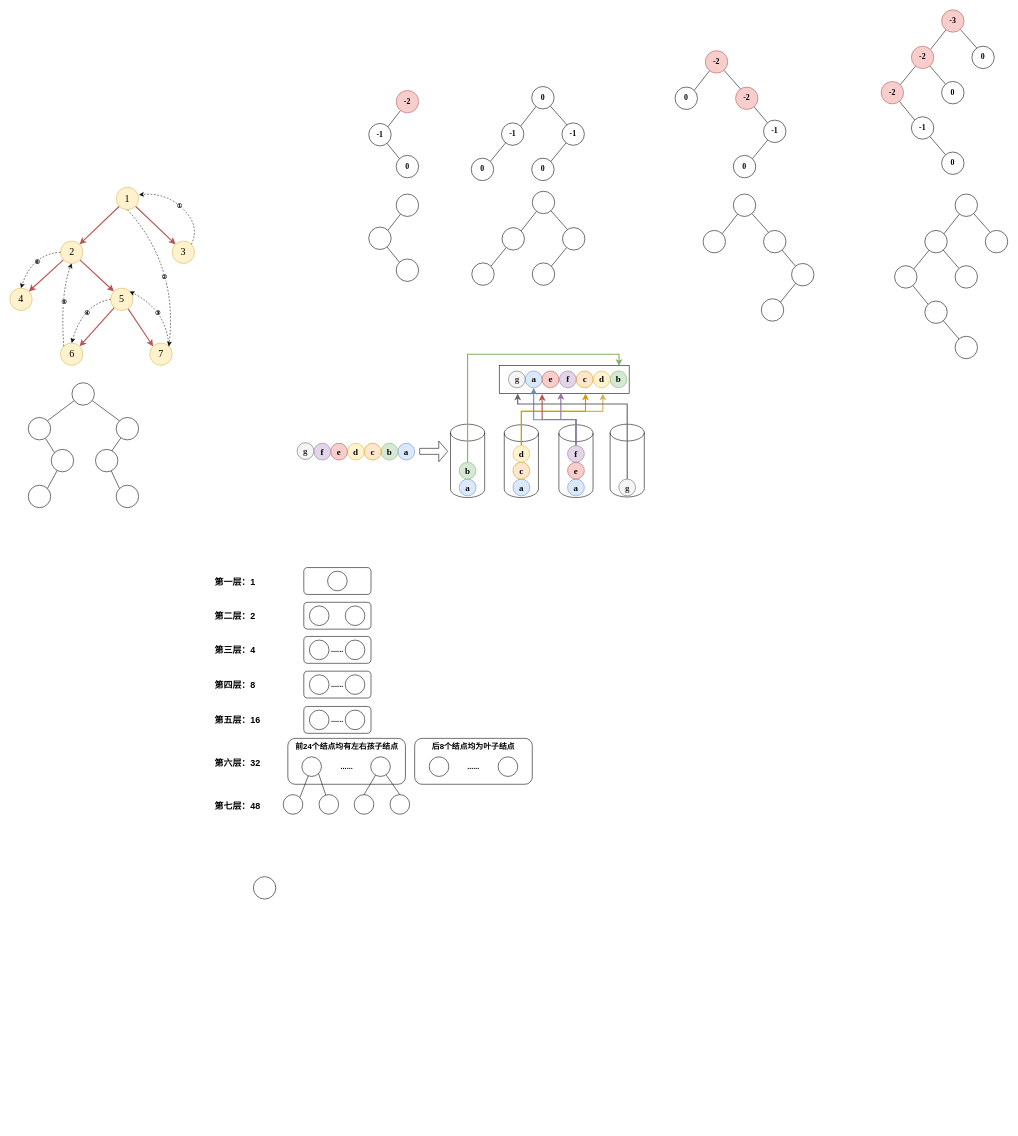
Above: 408真题.drawio in GPlaying/brain_map (draw.io), before the change. Source tidied: cells renumbered, new cells numbered last; positions are measured from the earlier drawing's top-left corner, leaving out a move shared by most shapes. Both pictures are drawn from the tidied source at 56%, with x=0, y=0 at pixel (10, 10).
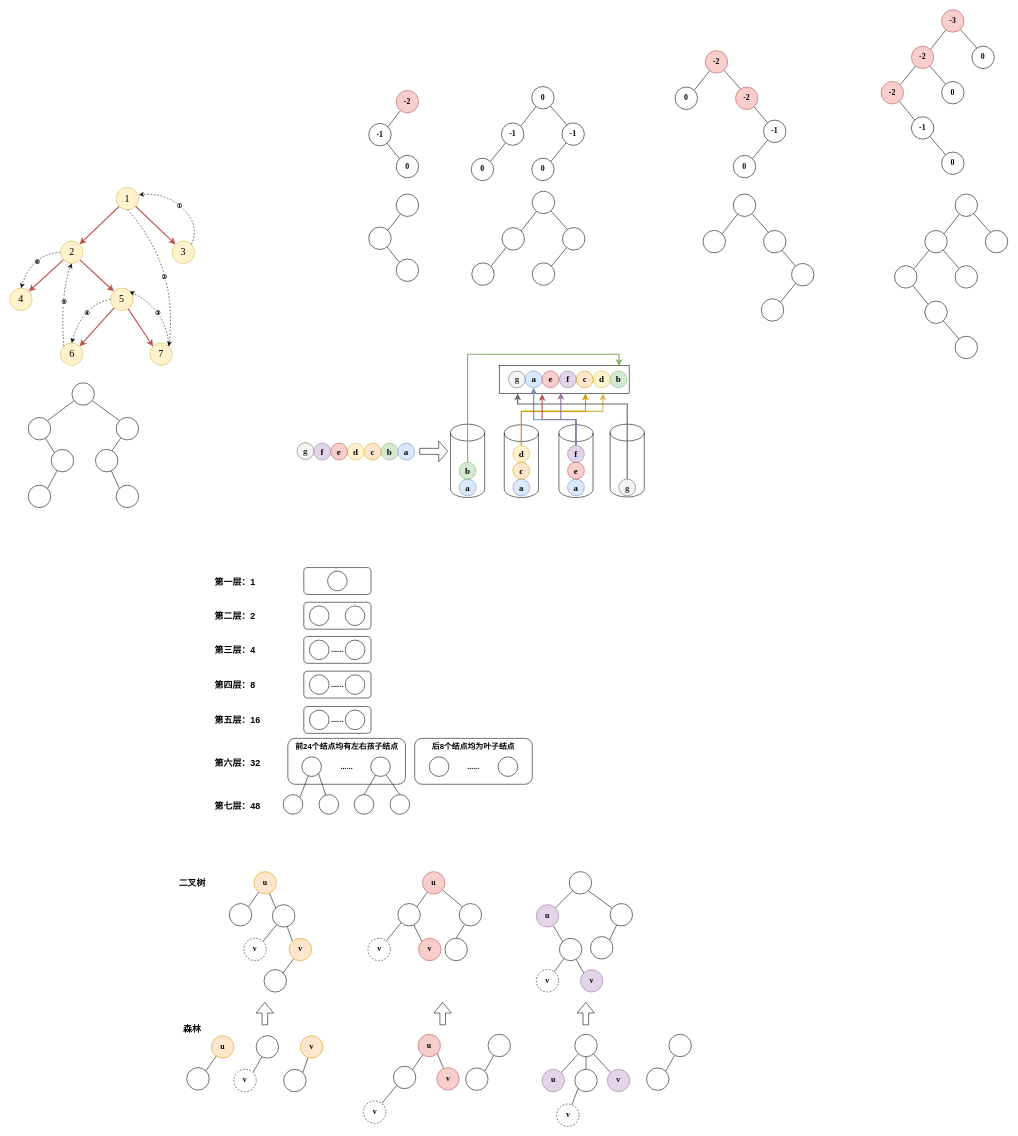
The same diagram, later.

What changed in the source:
```diff
@@
+    <mxCell id="189" style="edgeStyle=none;shape=connector;rounded=0;jettySize=auto;html=1;entryX=1;entryY=0;entryDx=0;entryDy=0;labelBackgroundColor=default;strokeColor=default;fontFamily=Times New Roman;fontSize=14;fontColor=default;endArrow=none;endFill=0;fontStyle=1;" parent="1" edge="1" source="188" target="191">
+      <mxGeometry relative="1" as="geometry" />
+    </mxCell>
+    <mxCell id="190" style="edgeStyle=none;shape=connector;rounded=0;jettySize=auto;html=1;entryX=0;entryY=0;entryDx=0;entryDy=0;labelBackgroundColor=default;strokeColor=default;fontFamily=Times New Roman;fontSize=14;fontColor=default;endArrow=none;endFill=0;fontStyle=1;" parent="1" edge="1" source="188" target="194">
+      <mxGeometry relative="1" as="geometry" />
+    </mxCell>
-    <mxCell id="188" style="ellipse;whiteSpace=wrap;html=1;fontFamily=Helvetica;fontSize=11;fontColor=default;" parent="1" vertex="1">
-      <mxGeometry x="435" y="1548" width="40" height="40" as="geometry" />
+    <mxCell id="188" value="u" style="ellipse;whiteSpace=wrap;html=1;fontFamily=Times New Roman;fontSize=14;fontStyle=1;fillColor=#ffe6cc;strokeColor=#d79b00;" parent="1" vertex="1">
+      <mxGeometry x="436" y="1539" width="40" height="40" as="geometry" />
     </mxCell>
+    <mxCell id="191" style="ellipse;whiteSpace=wrap;html=1;fontFamily=Times New Roman;fontSize=14;fontColor=default;fontStyle=1;" parent="1" vertex="1">
+      <mxGeometry x="392" y="1596" width="40" height="40" as="geometry" />
+    </mxCell>
+    <mxCell id="192" style="edgeStyle=none;shape=connector;rounded=0;jettySize=auto;html=1;entryX=0;entryY=0;entryDx=0;entryDy=0;labelBackgroundColor=default;strokeColor=default;fontFamily=Times New Roman;fontSize=14;fontColor=default;endArrow=none;endFill=0;fontStyle=1;" parent="1" edge="1" source="194" target="196">
+      <mxGeometry relative="1" as="geometry" />
+    </mxCell>
+    <mxCell id="193" style="edgeStyle=none;shape=connector;rounded=0;jettySize=auto;html=1;entryX=1;entryY=0;entryDx=0;entryDy=0;labelBackgroundColor=default;strokeColor=default;fontFamily=Times New Roman;fontSize=14;fontColor=default;endArrow=none;endFill=0;fontStyle=1;" parent="1" edge="1" source="194" target="197">
+      <mxGeometry relative="1" as="geometry" />
+    </mxCell>
+    <mxCell id="194" style="ellipse;whiteSpace=wrap;html=1;fontFamily=Times New Roman;fontSize=14;fontColor=default;fontStyle=1;" parent="1" vertex="1">
+      <mxGeometry x="469" y="1598" width="40" height="40" as="geometry" />
+    </mxCell>
+    <mxCell id="195" style="edgeStyle=none;shape=connector;rounded=0;jettySize=auto;html=1;entryX=1;entryY=0;entryDx=0;entryDy=0;labelBackgroundColor=default;strokeColor=default;fontFamily=Times New Roman;fontSize=14;fontColor=default;endArrow=none;endFill=0;fontStyle=1;" parent="1" edge="1" source="196" target="198">
+      <mxGeometry relative="1" as="geometry" />
+    </mxCell>
+    <mxCell id="196" value="v" style="ellipse;whiteSpace=wrap;html=1;fontFamily=Times New Roman;fontSize=14;fontStyle=1;fillColor=#ffe6cc;strokeColor=#d79b00;" parent="1" vertex="1">
+      <mxGeometry x="499" y="1658" width="40" height="40" as="geometry" />
+    </mxCell>
+    <mxCell id="197" value="v" style="ellipse;whiteSpace=wrap;html=1;fontFamily=Times New Roman;fontSize=14;fontColor=default;fontStyle=1;dashed=1;" parent="1" vertex="1">
+      <mxGeometry x="418" y="1658" width="40" height="40" as="geometry" />
+    </mxCell>
+    <mxCell id="198" style="ellipse;whiteSpace=wrap;html=1;fontFamily=Times New Roman;fontSize=14;fontColor=default;fontStyle=1;" parent="1" vertex="1">
+      <mxGeometry x="454" y="1714" width="40" height="40" as="geometry" />
+    </mxCell>
+    <mxCell id="199" style="edgeStyle=none;shape=connector;rounded=0;jettySize=auto;html=1;entryX=1;entryY=0;entryDx=0;entryDy=0;labelBackgroundColor=default;strokeColor=default;fontFamily=Times New Roman;fontSize=14;fontColor=default;endArrow=none;endFill=0;fontStyle=1;" parent="1" edge="1" source="200" target="201">
+      <mxGeometry relative="1" as="geometry" />
+    </mxCell>
+    <mxCell id="200" value="u" style="ellipse;whiteSpace=wrap;html=1;fontFamily=Times New Roman;fontSize=14;fontStyle=1;fillColor=#ffe6cc;strokeColor=#d79b00;" parent="1" vertex="1">
+      <mxGeometry x="360" y="1832" width="40" height="40" as="geometry" />
+    </mxCell>
+    <mxCell id="201" style="ellipse;whiteSpace=wrap;html=1;fontFamily=Times New Roman;fontSize=14;fontColor=default;fontStyle=1;" parent="1" vertex="1">
+      <mxGeometry x="316" y="1889" width="40" height="40" as="geometry" />
+    </mxCell>
+    <mxCell id="202" style="edgeStyle=none;shape=connector;rounded=0;jettySize=auto;html=1;entryX=1;entryY=0;entryDx=0;entryDy=0;labelBackgroundColor=default;strokeColor=default;fontFamily=Times New Roman;fontSize=14;fontColor=default;endArrow=none;endFill=0;fontStyle=1;" parent="1" edge="1" source="203" target="204">
+      <mxGeometry relative="1" as="geometry" />
+    </mxCell>
+    <mxCell id="203" style="ellipse;whiteSpace=wrap;html=1;fontFamily=Times New Roman;fontSize=14;fontColor=default;fontStyle=1;" parent="1" vertex="1">
+      <mxGeometry x="440" y="1832" width="40" height="40" as="geometry" />
+    </mxCell>
+    <mxCell id="204" value="v" style="ellipse;whiteSpace=wrap;html=1;fontFamily=Times New Roman;fontSize=14;fontColor=default;fontStyle=1;dashed=1;" parent="1" vertex="1">
+      <mxGeometry x="400" y="1892" width="40" height="40" as="geometry" />
+    </mxCell>
+    <mxCell id="205" style="edgeStyle=none;shape=connector;rounded=0;jettySize=auto;html=1;entryX=1;entryY=0;entryDx=0;entryDy=0;labelBackgroundColor=default;strokeColor=default;fontFamily=Times New Roman;fontSize=14;fontColor=default;endArrow=none;endFill=0;fontStyle=1;" parent="1" edge="1" source="206" target="207">
+      <mxGeometry relative="1" as="geometry" />
+    </mxCell>
+    <mxCell id="206" value="v" style="ellipse;whiteSpace=wrap;html=1;fontFamily=Times New Roman;fontSize=14;fontStyle=1;fillColor=#ffe6cc;strokeColor=#d79b00;" parent="1" vertex="1">
+      <mxGeometry x="519" y="1832" width="40" height="40" as="geometry" />
+    </mxCell>
+    <mxCell id="207" style="ellipse;whiteSpace=wrap;html=1;fontFamily=Times New Roman;fontSize=14;fontColor=default;fontStyle=1;" parent="1" vertex="1">
+      <mxGeometry x="489" y="1892" width="40" height="40" as="geometry" />
+    </mxCell>
+    <mxCell id="208" value="&lt;font face=&quot;宋体&quot; style=&quot;font-size: 16px;&quot;&gt;&lt;b style=&quot;font-size: 16px;&quot;&gt;森林&lt;/b&gt;&lt;/font&gt;" style="text;html=1;strokeColor=none;fillColor=none;align=center;verticalAlign=middle;whiteSpace=wrap;rounded=0;fontSize=16;fontFamily=Helvetica;fontColor=default;" parent="1" vertex="1">
+      <mxGeometry x="296" y="1805" width="60" height="30" as="geometry" />
+    </mxCell>
+    <mxCell id="209" value="&lt;font face=&quot;宋体&quot; style=&quot;font-size: 16px;&quot;&gt;&lt;b style=&quot;font-size: 16px;&quot;&gt;二叉树&lt;/b&gt;&lt;/font&gt;" style="text;html=1;strokeColor=none;fillColor=none;align=center;verticalAlign=middle;whiteSpace=wrap;rounded=0;fontSize=16;fontFamily=Helvetica;fontColor=default;" parent="1" vertex="1">
+      <mxGeometry x="296" y="1544" width="60" height="30" as="geometry" />
+    </mxCell>
+    <mxCell id="210" style="edgeStyle=none;shape=connector;rounded=0;jettySize=auto;html=1;entryX=1;entryY=0;entryDx=0;entryDy=0;labelBackgroundColor=default;strokeColor=default;fontFamily=Times New Roman;fontSize=14;fontColor=default;endArrow=none;endFill=0;fontStyle=1;" parent="1" edge="1" source="212" target="214">
+      <mxGeometry relative="1" as="geometry" />
+    </mxCell>
+    <mxCell id="211" style="edgeStyle=none;shape=connector;rounded=0;jettySize=auto;html=1;entryX=0;entryY=0;entryDx=0;entryDy=0;labelBackgroundColor=default;strokeColor=default;fontFamily=Times New Roman;fontSize=14;fontColor=default;endArrow=none;endFill=0;fontStyle=1;" parent="1" edge="1" source="212" target="216">
+      <mxGeometry relative="1" as="geometry" />
+    </mxCell>
+    <mxCell id="212" value="u" style="ellipse;whiteSpace=wrap;html=1;fontFamily=Times New Roman;fontSize=14;fontStyle=1;fillColor=#f8cecc;strokeColor=#b85450;" parent="1" vertex="1">
+      <mxGeometry x="737" y="1539" width="40" height="40" as="geometry" />
+    </mxCell>
+    <mxCell id="213" style="edgeStyle=none;shape=connector;rounded=0;jettySize=auto;html=1;entryX=0;entryY=0;entryDx=0;entryDy=0;labelBackgroundColor=default;strokeColor=default;fontFamily=Helvetica;fontSize=11;fontColor=default;endArrow=none;endFill=0;" parent="1" edge="1" source="214" target="230">
+      <mxGeometry relative="1" as="geometry" />
+    </mxCell>
+    <mxCell id="214" style="ellipse;whiteSpace=wrap;html=1;fontFamily=Times New Roman;fontSize=14;fontColor=default;fontStyle=1;" parent="1" vertex="1">
+      <mxGeometry x="693" y="1596" width="40" height="40" as="geometry" />
+    </mxCell>
+    <mxCell id="215" style="edgeStyle=none;shape=connector;rounded=0;jettySize=auto;html=1;entryX=0.5;entryY=0;entryDx=0;entryDy=0;labelBackgroundColor=default;strokeColor=default;fontFamily=Times New Roman;fontSize=14;fontColor=default;endArrow=none;endFill=0;fontStyle=1;" parent="1" edge="1" source="216" target="217">
+      <mxGeometry relative="1" as="geometry" />
+    </mxCell>
+    <mxCell id="216" style="ellipse;whiteSpace=wrap;html=1;fontFamily=Times New Roman;fontSize=14;fontColor=default;fontStyle=1;" parent="1" vertex="1">
+      <mxGeometry x="802.5" y="1596" width="40" height="40" as="geometry" />
+    </mxCell>
+    <mxCell id="217" style="ellipse;whiteSpace=wrap;html=1;fontFamily=Times New Roman;fontSize=14;fontColor=default;fontStyle=1;" parent="1" vertex="1">
+      <mxGeometry x="777" y="1658" width="40" height="40" as="geometry" />
+    </mxCell>
+    <mxCell id="218" style="edgeStyle=none;shape=connector;rounded=0;jettySize=auto;html=1;entryX=0;entryY=1;entryDx=0;entryDy=0;labelBackgroundColor=default;strokeColor=default;fontFamily=Helvetica;fontSize=11;fontColor=default;endArrow=none;endFill=0;" parent="1" edge="1" source="219" target="214">
+      <mxGeometry relative="1" as="geometry" />
+    </mxCell>
+    <mxCell id="219" value="v" style="ellipse;whiteSpace=wrap;html=1;fontFamily=Times New Roman;fontSize=14;fontColor=default;fontStyle=1;dashed=1;" parent="1" vertex="1">
+      <mxGeometry x="639.5" y="1658" width="40" height="40" as="geometry" />
+    </mxCell>
+    <mxCell id="220" style="edgeStyle=none;shape=connector;rounded=0;jettySize=auto;html=1;entryX=1;entryY=0;entryDx=0;entryDy=0;labelBackgroundColor=default;strokeColor=default;fontFamily=Times New Roman;fontSize=14;fontColor=default;endArrow=none;endFill=0;fontStyle=1;" parent="1" edge="1" source="221" target="222">
+      <mxGeometry relative="1" as="geometry" />
+    </mxCell>
+    <mxCell id="221" style="ellipse;whiteSpace=wrap;html=1;fontFamily=Times New Roman;fontSize=14;fontColor=default;fontStyle=1;" parent="1" vertex="1">
+      <mxGeometry x="854" y="1829.5" width="40" height="40" as="geometry" />
+    </mxCell>
+    <mxCell id="222" style="ellipse;whiteSpace=wrap;html=1;fontFamily=Times New Roman;fontSize=14;fontColor=default;fontStyle=1;" parent="1" vertex="1">
+      <mxGeometry x="814" y="1889.5" width="40" height="40" as="geometry" />
+    </mxCell>
+    <mxCell id="223" style="edgeStyle=none;shape=connector;rounded=0;jettySize=auto;html=1;entryX=1;entryY=0;entryDx=0;entryDy=0;labelBackgroundColor=default;strokeColor=default;fontFamily=Times New Roman;fontSize=14;fontColor=default;endArrow=none;endFill=0;fontStyle=1;" parent="1" edge="1" source="224" target="225">
+      <mxGeometry relative="1" as="geometry" />
+    </mxCell>
+    <mxCell id="224" value="u" style="ellipse;whiteSpace=wrap;html=1;fontFamily=Times New Roman;fontSize=14;fontStyle=1;fillColor=#f8cecc;strokeColor=#b85450;" parent="1" vertex="1">
+      <mxGeometry x="729" y="1829.5" width="40" height="40" as="geometry" />
+    </mxCell>
+    <mxCell id="225" style="ellipse;whiteSpace=wrap;html=1;fontFamily=Times New Roman;fontSize=14;fontColor=default;fontStyle=1;" parent="1" vertex="1">
+      <mxGeometry x="685" y="1886.5" width="40" height="40" as="geometry" />
+    </mxCell>
+    <mxCell id="226" style="edgeStyle=none;shape=connector;rounded=0;jettySize=auto;html=1;entryX=0;entryY=1;entryDx=0;entryDy=0;labelBackgroundColor=default;strokeColor=default;fontFamily=Helvetica;fontSize=11;fontColor=default;endArrow=none;endFill=0;" parent="1" edge="1" source="227" target="225">
+      <mxGeometry relative="1" as="geometry" />
+    </mxCell>
+    <mxCell id="227" value="v" style="ellipse;whiteSpace=wrap;html=1;fontFamily=Times New Roman;fontSize=14;fontColor=default;fontStyle=1;dashed=1;" parent="1" vertex="1">
+      <mxGeometry x="631.5" y="1948.5" width="40" height="40" as="geometry" />
+    </mxCell>
+    <mxCell id="228" style="shape=flexArrow;endArrow=classic;html=1;rounded=0;labelBackgroundColor=default;strokeColor=default;fontFamily=Helvetica;fontSize=11;fontColor=default;" parent="1" edge="1">
+      <mxGeometry relative="1" as="geometry">
+        <mxPoint x="455.5" y="1813" as="sourcePoint" />
+        <mxPoint x="455.5" y="1772" as="targetPoint" />
+      </mxGeometry>
+    </mxCell>
+    <mxCell id="229" style="shape=flexArrow;endArrow=classic;html=1;rounded=0;labelBackgroundColor=default;strokeColor=default;fontFamily=Helvetica;fontSize=11;fontColor=default;" parent="1" edge="1">
+      <mxGeometry relative="1" as="geometry">
+        <mxPoint x="773" y="1813" as="sourcePoint" />
+        <mxPoint x="773" y="1772" as="targetPoint" />
+      </mxGeometry>
+    </mxCell>
+    <mxCell id="230" value="v" style="ellipse;whiteSpace=wrap;html=1;fontFamily=Times New Roman;fontSize=14;fontStyle=1;fillColor=#f8cecc;strokeColor=#b85450;" parent="1" vertex="1">
+      <mxGeometry x="730" y="1658" width="40" height="40" as="geometry" />
+    </mxCell>
+    <mxCell id="231" style="edgeStyle=none;shape=connector;rounded=0;jettySize=auto;html=1;entryX=1;entryY=1;entryDx=0;entryDy=0;labelBackgroundColor=default;strokeColor=default;fontFamily=Helvetica;fontSize=11;fontColor=default;endArrow=none;endFill=0;" parent="1" edge="1" source="232" target="224">
+      <mxGeometry relative="1" as="geometry" />
+    </mxCell>
+    <mxCell id="232" value="v" style="ellipse;whiteSpace=wrap;html=1;fontFamily=Times New Roman;fontSize=14;fontStyle=1;fillColor=#f8cecc;strokeColor=#b85450;" parent="1" vertex="1">
+      <mxGeometry x="762.5" y="1889" width="40" height="40" as="geometry" />
+    </mxCell>
+    <mxCell id="233" style="edgeStyle=none;shape=connector;rounded=0;jettySize=auto;html=1;entryX=0;entryY=0;entryDx=0;entryDy=0;labelBackgroundColor=default;strokeColor=default;fontFamily=Times New Roman;fontSize=14;fontColor=default;endArrow=none;endFill=0;fontStyle=1;" parent="1" edge="1" source="234" target="236">
+      <mxGeometry relative="1" as="geometry" />
+    </mxCell>
+    <mxCell id="234" value="u" style="ellipse;whiteSpace=wrap;html=1;fontFamily=Times New Roman;fontSize=14;fontStyle=1;fillColor=#e1d5e7;strokeColor=#9673a6;" parent="1" vertex="1">
+      <mxGeometry x="940.2" y="1598" width="40" height="40" as="geometry" />
+    </mxCell>
+    <mxCell id="235" style="edgeStyle=none;shape=connector;rounded=0;jettySize=auto;html=1;entryX=0;entryY=0;entryDx=0;entryDy=0;labelBackgroundColor=default;strokeColor=default;fontFamily=Times New Roman;fontSize=14;fontColor=default;endArrow=none;endFill=0;fontStyle=1;" parent="1" edge="1" source="236" target="237">
+      <mxGeometry relative="1" as="geometry" />
+    </mxCell>
+    <mxCell id="236" style="ellipse;whiteSpace=wrap;html=1;fontFamily=Times New Roman;fontSize=14;fontColor=default;fontStyle=1;" parent="1" vertex="1">
+      <mxGeometry x="981.5" y="1658" width="40" height="40" as="geometry" />
+    </mxCell>
+    <mxCell id="237" value="v" style="ellipse;whiteSpace=wrap;html=1;fontFamily=Times New Roman;fontSize=14;fontStyle=1;fillColor=#e1d5e7;strokeColor=#9673a6;" parent="1" vertex="1">
+      <mxGeometry x="1019" y="1714" width="40" height="40" as="geometry" />
+    </mxCell>
+    <mxCell id="238" style="edgeStyle=none;shape=connector;rounded=0;jettySize=auto;html=1;entryX=1;entryY=0;entryDx=0;entryDy=0;labelBackgroundColor=default;strokeColor=default;fontFamily=Helvetica;fontSize=11;fontColor=default;endArrow=none;endFill=0;" parent="1" edge="1" source="239" target="234">
+      <mxGeometry relative="1" as="geometry" />
+    </mxCell>
+    <mxCell id="239" style="ellipse;whiteSpace=wrap;html=1;fontFamily=Times New Roman;fontSize=14;fontColor=default;fontStyle=1;" parent="1" vertex="1">
+      <mxGeometry x="999" y="1539" width="40" height="40" as="geometry" />
+    </mxCell>
+    <mxCell id="240" style="edgeStyle=none;shape=connector;rounded=0;jettySize=auto;html=1;entryX=1;entryY=1;entryDx=0;entryDy=0;labelBackgroundColor=default;strokeColor=default;fontFamily=Helvetica;fontSize=11;fontColor=default;endArrow=none;endFill=0;" parent="1" edge="1" source="242" target="239">
+      <mxGeometry relative="1" as="geometry" />
+    </mxCell>
+    <mxCell id="241" style="edgeStyle=none;shape=connector;rounded=0;jettySize=auto;html=1;entryX=1;entryY=0;entryDx=0;entryDy=0;labelBackgroundColor=default;strokeColor=default;fontFamily=Helvetica;fontSize=11;fontColor=default;endArrow=none;endFill=0;" parent="1" edge="1" source="242" target="243">
+      <mxGeometry relative="1" as="geometry" />
+    </mxCell>
+    <mxCell id="242" style="ellipse;whiteSpace=wrap;html=1;fontFamily=Times New Roman;fontSize=14;fontColor=default;fontStyle=1;" parent="1" vertex="1">
+      <mxGeometry x="1072" y="1596" width="40" height="40" as="geometry" />
+    </mxCell>
+    <mxCell id="243" style="ellipse;whiteSpace=wrap;html=1;fontFamily=Times New Roman;fontSize=14;fontColor=default;fontStyle=1;" parent="1" vertex="1">
+      <mxGeometry x="1037" y="1655" width="40" height="40" as="geometry" />
+    </mxCell>
+    <mxCell id="244" style="edgeStyle=none;shape=connector;rounded=0;jettySize=auto;html=1;entryX=1;entryY=0;entryDx=0;entryDy=0;labelBackgroundColor=default;strokeColor=default;fontFamily=Helvetica;fontSize=11;fontColor=default;endArrow=none;endFill=0;" parent="1" edge="1" source="247" target="248">
+      <mxGeometry relative="1" as="geometry" />
+    </mxCell>
+    <mxCell id="245" style="edgeStyle=none;shape=connector;rounded=0;jettySize=auto;html=1;labelBackgroundColor=default;strokeColor=default;fontFamily=Helvetica;fontSize=11;fontColor=default;endArrow=none;endFill=0;" parent="1" edge="1" source="247" target="249">
+      <mxGeometry relative="1" as="geometry" />
+    </mxCell>
+    <mxCell id="246" style="edgeStyle=none;shape=connector;rounded=0;jettySize=auto;html=1;entryX=0;entryY=0;entryDx=0;entryDy=0;labelBackgroundColor=default;strokeColor=default;fontFamily=Helvetica;fontSize=11;fontColor=default;endArrow=none;endFill=0;" parent="1" edge="1" source="247" target="250">
+      <mxGeometry relative="1" as="geometry" />
+    </mxCell>
+    <mxCell id="247" style="ellipse;whiteSpace=wrap;html=1;fontFamily=Times New Roman;fontSize=14;fontColor=default;fontStyle=1;" parent="1" vertex="1">
+      <mxGeometry x="1009" y="1829.5" width="40" height="40" as="geometry" />
+    </mxCell>
+    <mxCell id="248" value="u" style="ellipse;whiteSpace=wrap;html=1;fontFamily=Times New Roman;fontSize=14;fontStyle=1;fillColor=#e1d5e7;strokeColor=#9673a6;" parent="1" vertex="1">
+      <mxGeometry x="950.5" y="1892" width="40" height="40" as="geometry" />
+    </mxCell>
+    <mxCell id="249" style="ellipse;whiteSpace=wrap;html=1;fontFamily=Times New Roman;fontSize=14;fontColor=default;fontStyle=1;" parent="1" vertex="1">
+      <mxGeometry x="1009" y="1892" width="40" height="40" as="geometry" />
+    </mxCell>
+    <mxCell id="250" value="v" style="ellipse;whiteSpace=wrap;html=1;fontFamily=Times New Roman;fontSize=14;fontStyle=1;fillColor=#e1d5e7;strokeColor=#9673a6;" parent="1" vertex="1">
+      <mxGeometry x="1067" y="1892" width="40" height="40" as="geometry" />
+    </mxCell>
+    <mxCell id="251" style="edgeStyle=none;shape=connector;rounded=0;jettySize=auto;html=1;entryX=1;entryY=0;entryDx=0;entryDy=0;labelBackgroundColor=default;strokeColor=default;fontFamily=Times New Roman;fontSize=14;fontColor=default;endArrow=none;endFill=0;fontStyle=1;" parent="1" edge="1" source="252" target="253">
+      <mxGeometry relative="1" as="geometry" />
+    </mxCell>
+    <mxCell id="252" style="ellipse;whiteSpace=wrap;html=1;fontFamily=Times New Roman;fontSize=14;fontColor=default;fontStyle=1;" parent="1" vertex="1">
+      <mxGeometry x="1177" y="1829.5" width="40" height="40" as="geometry" />
+    </mxCell>
+    <mxCell id="253" style="ellipse;whiteSpace=wrap;html=1;fontFamily=Times New Roman;fontSize=14;fontColor=default;fontStyle=1;" parent="1" vertex="1">
+      <mxGeometry x="1137" y="1889.5" width="40" height="40" as="geometry" />
+    </mxCell>
+    <mxCell id="254" style="edgeStyle=none;shape=connector;rounded=0;jettySize=auto;html=1;labelBackgroundColor=default;strokeColor=default;fontFamily=Helvetica;fontSize=11;fontColor=default;endArrow=none;endFill=0;" parent="1" edge="1" source="255" target="236">
+      <mxGeometry relative="1" as="geometry" />
+    </mxCell>
+    <mxCell id="255" value="v" style="ellipse;whiteSpace=wrap;html=1;fontFamily=Times New Roman;fontSize=14;fontColor=default;fontStyle=1;dashed=1;" parent="1" vertex="1">
+      <mxGeometry x="940.2" y="1714" width="40" height="40" as="geometry" />
+    </mxCell>
+    <mxCell id="256" style="edgeStyle=none;shape=connector;rounded=0;jettySize=auto;html=1;entryX=0;entryY=1;entryDx=0;entryDy=0;labelBackgroundColor=default;strokeColor=default;fontFamily=Helvetica;fontSize=11;fontColor=default;endArrow=none;endFill=0;" parent="1" edge="1" source="257" target="249">
+      <mxGeometry relative="1" as="geometry" />
+    </mxCell>
+    <mxCell id="257" value="v" style="ellipse;whiteSpace=wrap;html=1;fontFamily=Times New Roman;fontSize=14;fontColor=default;fontStyle=1;dashed=1;" parent="1" vertex="1">
+      <mxGeometry x="976.5" y="1954" width="40" height="40" as="geometry" />
+    </mxCell>
+    <mxCell id="258" style="shape=flexArrow;endArrow=classic;html=1;rounded=0;labelBackgroundColor=default;strokeColor=default;fontFamily=Helvetica;fontSize=11;fontColor=default;" parent="1" edge="1">
+      <mxGeometry relative="1" as="geometry">
+        <mxPoint x="1028.6" y="1813" as="sourcePoint" />
+        <mxPoint x="1028.6" y="1772" as="targetPoint" />
+      </mxGeometry>
+    </mxCell>
```
